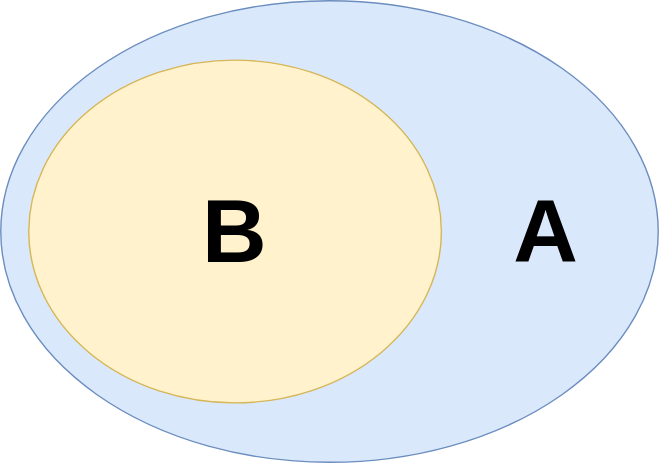
Before: images/subset.svg, a diagram exported from draw.io (alfertev2014/holyjs-2025-autumn). Source tidied: cells renumbered, new cells last; positions are measured from the earlier drawing's top-left corner, leaving out a move shared by most shapes.
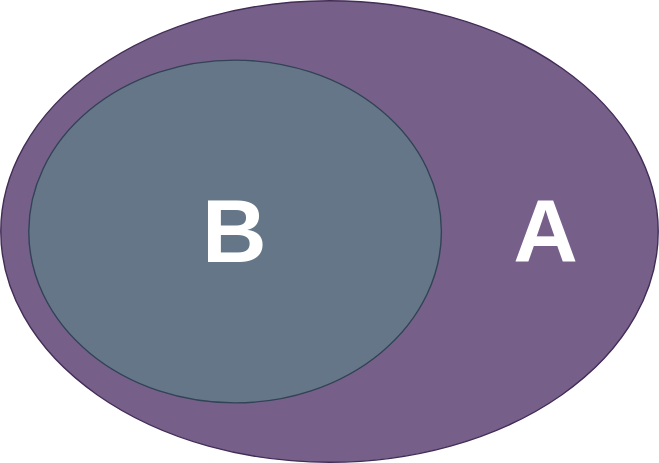
Above is the later version.

What changed in the source:
```diff
@@ -2,13 +2,13 @@
   <root>
     <mxCell id="0" />
     <mxCell id="1" parent="0" />
-    <mxCell id="2" style="ellipse;whiteSpace=wrap;html=1;align=right;fillColor=#dae8fc;strokeColor=#6c8ebf;" parent="1" vertex="1">
+    <mxCell id="2" style="ellipse;whiteSpace=wrap;html=1;align=right;fillColor=#76608a;strokeColor=#432D57;fontColor=#ffffff;" parent="1" vertex="1">
       <mxGeometry width="470" height="330" as="geometry" />
     </mxCell>
-    <mxCell id="3" value="B" style="ellipse;whiteSpace=wrap;html=1;fontSize=64;fontStyle=1;fillColor=#fff2cc;strokeColor=#d6b656;" parent="1" vertex="1">
+    <mxCell id="3" value="&lt;font style=&quot;color: rgb(255, 255, 255);&quot;&gt;B&lt;/font&gt;" style="ellipse;whiteSpace=wrap;html=1;fontSize=64;fontStyle=1;fillColor=#647687;strokeColor=#314354;fontColor=#ffffff;" parent="1" vertex="1">
       <mxGeometry x="20" y="42.5" width="295" height="245" as="geometry" />
     </mxCell>
-    <mxCell id="4" value="A" style="text;html=1;align=center;verticalAlign=middle;whiteSpace=wrap;rounded=0;fontSize=64;fontStyle=1;" parent="1" vertex="1">
+    <mxCell id="4" value="&lt;font style=&quot;color: rgb(255, 255, 255);&quot;&gt;A&lt;/font&gt;" style="text;html=1;align=center;verticalAlign=middle;whiteSpace=wrap;rounded=0;fontSize=64;fontStyle=1;" parent="1" vertex="1">
       <mxGeometry x="360" y="150" width="60" height="30" as="geometry" />
     </mxCell>
   </root>
```
